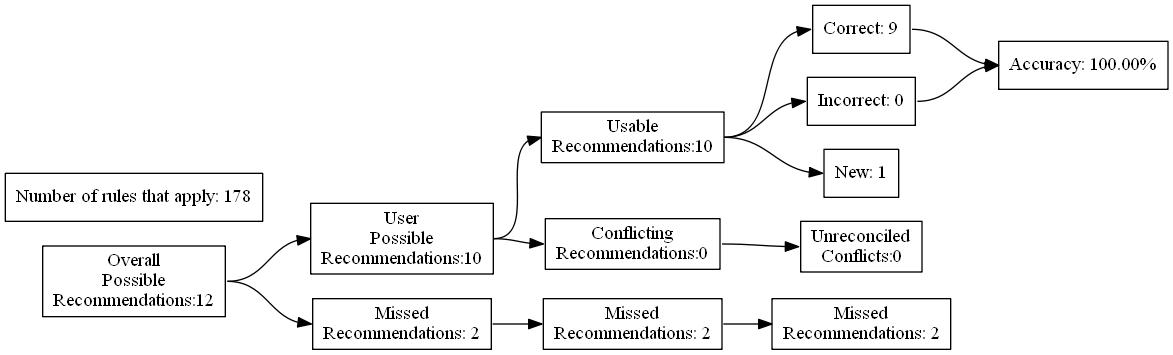
Earlier version of the Graphviz export test_renders/21.gv.png (ZaxR/ibd_diet_analysis). Its source is kept beside it as test_renders/21.gv.
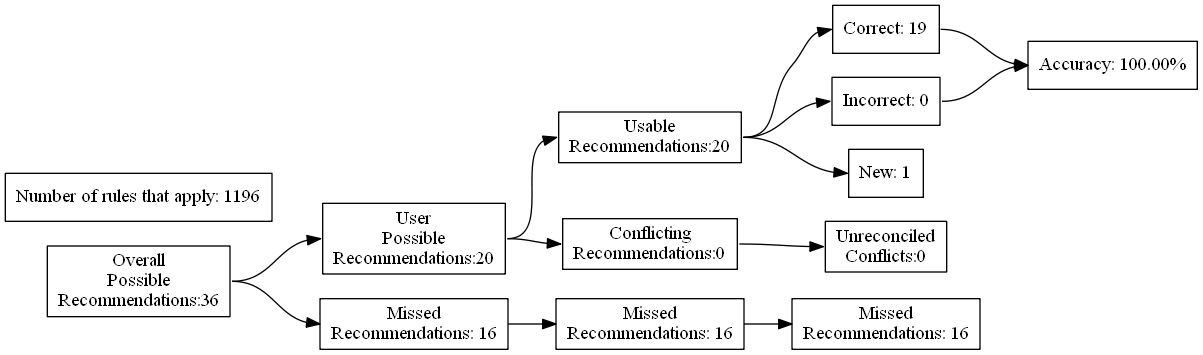
After the change.

Change to the diagram source:
```diff
@@ -4,27 +4,27 @@
 	edge [headport=w tailport=e]
 		A [label="Overall
 Possible
-Recommendations:12"]
+Recommendations:36"]
 		B [label="User
 Possible
-Recommendations:10"]
+Recommendations:20"]
 		C [label="Missed
-Recommendations: 2"]
+Recommendations: 16"]
 		D [label="Usable
-Recommendations:10"]
+Recommendations:20"]
 		E [label="Conflicting
 Recommendations:0"]
 		J [label="Missed
-Recommendations: 2"]
+Recommendations: 16"]
 		M [label="Unreconciled
 Conflicts:0"]
-		F [label="Correct: 9"]
+		F [label="Correct: 19"]
 		G [label="Incorrect: 0"]
 		H [label="New: 1"]
 		K [label="Missed
-Recommendations: 2"]
+Recommendations: 16"]
 		I [label="Accuracy: 100.00%"]
-		l [label="Number of rules that apply: 178"]
+		l [label="Number of rules that apply: 1196"]
 			A -> B
 			A -> C
 			B -> D
```
